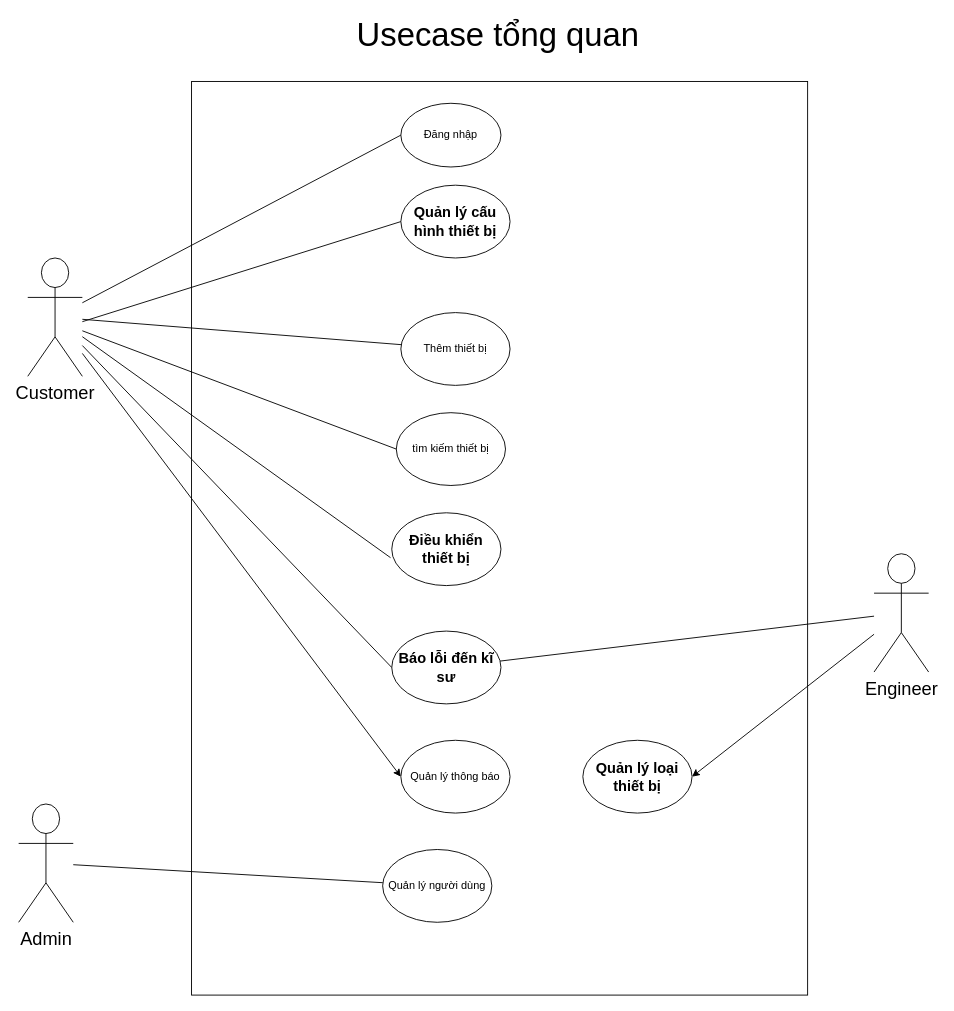
The draw.io diagram usecase_diagram.drawio in cuongceg/BTL-IT3120, before the edit. Source tidied: cells renumbered, new cells numbered last; positions are measured from the earlier drawing's top-left corner, leaving out a move shared by most shapes. Both pictures are drawn from the tidied source at 91%, with x=0, y=0 at pixel (18, 21).
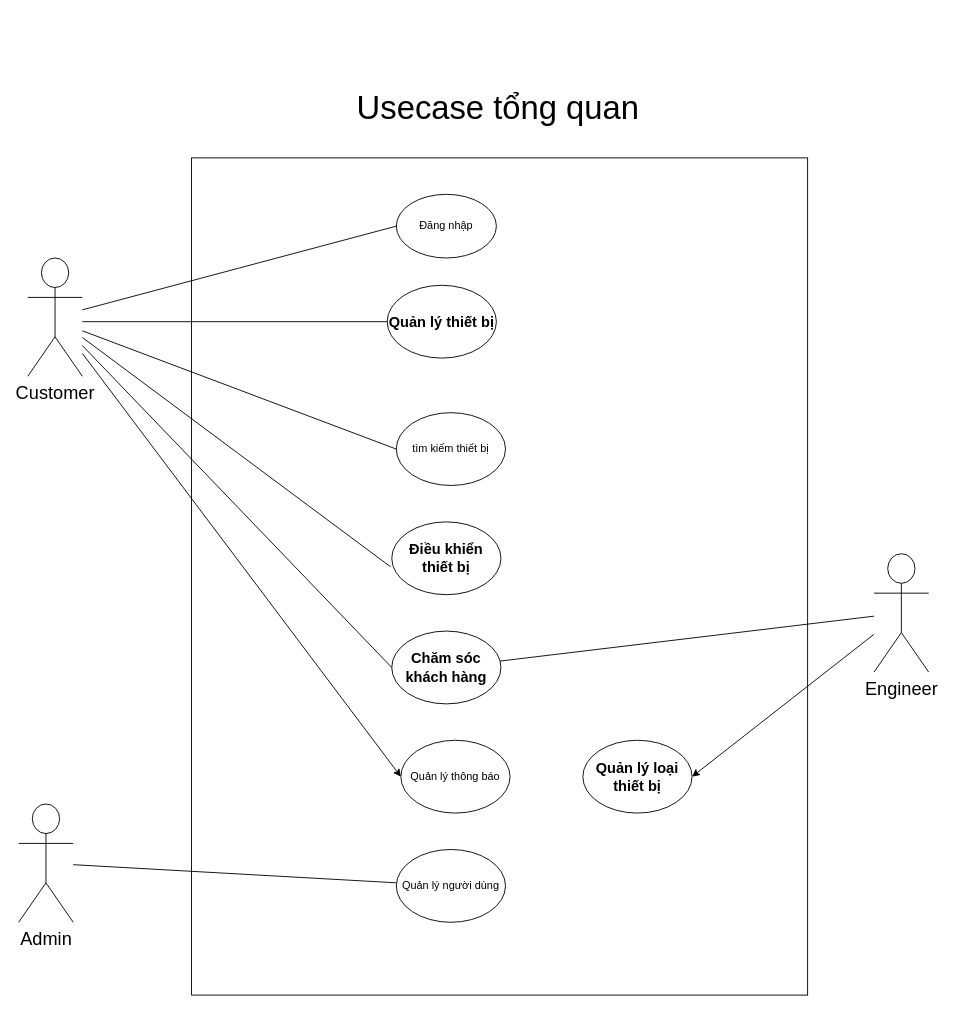
The same diagram, later.

Commit message:
refactor: add usecase Device Management

Unchanged cells that the change refers to:
```xml
<mxCell id="19" value="&lt;span style=&quot;font-size: 20px;&quot;&gt;Customer&lt;/span&gt;" style="shape=umlActor;verticalLabelPosition=bottom;verticalAlign=top;html=1;outlineConnect=0;" parent="1" vertex="1">
  <mxGeometry x="10" y="260" width="60" height="130" as="geometry" />
</mxCell>
```

Change to the diagram source:
```diff
@@
     <mxCell id="2" style="rounded=0;whiteSpace=wrap;html=1;fillColor=none;" parent="1" vertex="1">
-      <mxGeometry x="190" y="66" width="677" height="1004" as="geometry" />
+      <mxGeometry x="190" y="150" width="677" height="920" as="geometry" />
     </mxCell>
@@
     <mxCell id="5" value="Đăng nhập" style="ellipse;whiteSpace=wrap;html=1;" parent="1" vertex="1">
-      <mxGeometry x="420" y="90" width="110" height="70" as="geometry" />
+      <mxGeometry x="415" y="190" width="110" height="70" as="geometry" />
     </mxCell>
     <mxCell id="6" value="&lt;font style=&quot;font-size: 36px;&quot;&gt;Usecase tổng quan&lt;/font&gt;" style="text;html=1;align=center;verticalAlign=middle;whiteSpace=wrap;rounded=0;" parent="1" vertex="1">
-      <mxGeometry x="187" width="680" height="30" as="geometry" />
+      <mxGeometry x="187" y="80" width="680" height="30" as="geometry" />
     </mxCell>
@@
-    <mxCell id="8" value="&lt;b&gt;&lt;font style=&quot;font-size: 16px;&quot;&gt;Quản lý cấu hình thiết bị&lt;/font&gt;&lt;/b&gt;" style="ellipse;whiteSpace=wrap;html=1;" parent="1" vertex="1">
-      <mxGeometry x="420" y="180" width="120" height="80" as="geometry" />
+    <mxCell id="8" value="&lt;b&gt;&lt;font style=&quot;font-size: 16px;&quot;&gt;Quản lý thiết bị&lt;/font&gt;&lt;/b&gt;" style="ellipse;whiteSpace=wrap;html=1;" parent="1" vertex="1">
+      <mxGeometry x="405" y="290" width="120" height="80" as="geometry" />
     </mxCell>
     <mxCell id="9" value="Quản lý người dùng" style="ellipse;whiteSpace=wrap;html=1;" parent="1" vertex="1">
-      <mxGeometry x="400" y="910" width="120" height="80" as="geometry" />
+      <mxGeometry x="415" y="910" width="120" height="80" as="geometry" />
     </mxCell>
     <mxCell id="10" value="&lt;b&gt;&lt;font style=&quot;font-size: 16px;&quot;&gt;Điều khiển thiết bị&lt;/font&gt;&lt;/b&gt;" style="ellipse;whiteSpace=wrap;html=1;" parent="1" vertex="1">
-      <mxGeometry x="410" y="540" width="120" height="80" as="geometry" />
+      <mxGeometry x="410" y="550" width="120" height="80" as="geometry" />
     </mxCell>
-    <mxCell id="11" value="Thêm thiết bị" style="ellipse;whiteSpace=wrap;html=1;" parent="1" vertex="1">
-      <mxGeometry x="420" y="320" width="120" height="80" as="geometry" />
-    </mxCell>
@@
-    <mxCell id="14" value="&lt;font style=&quot;font-size: 16px;&quot;&gt;&lt;b&gt;Báo lỗi đến kĩ sư&lt;/b&gt;&lt;/font&gt;" style="ellipse;whiteSpace=wrap;html=1;" parent="1" vertex="1">
+    <mxCell id="14" value="&lt;font style=&quot;font-size: 16px;&quot;&gt;&lt;b&gt;Chăm sóc khách hàng&lt;/b&gt;&lt;/font&gt;" style="ellipse;whiteSpace=wrap;html=1;" parent="1" vertex="1">
       <mxGeometry x="410" y="670" width="120" height="80" as="geometry" />
     </mxCell>
@@
-    <mxCell id="18" style="rounded=0;jettySize=auto;html=1;endArrow=none;endFill=0;" parent="1" edge="1" source="19" target="11">
-      <mxGeometry relative="1" as="geometry" />
-    </mxCell>
```
